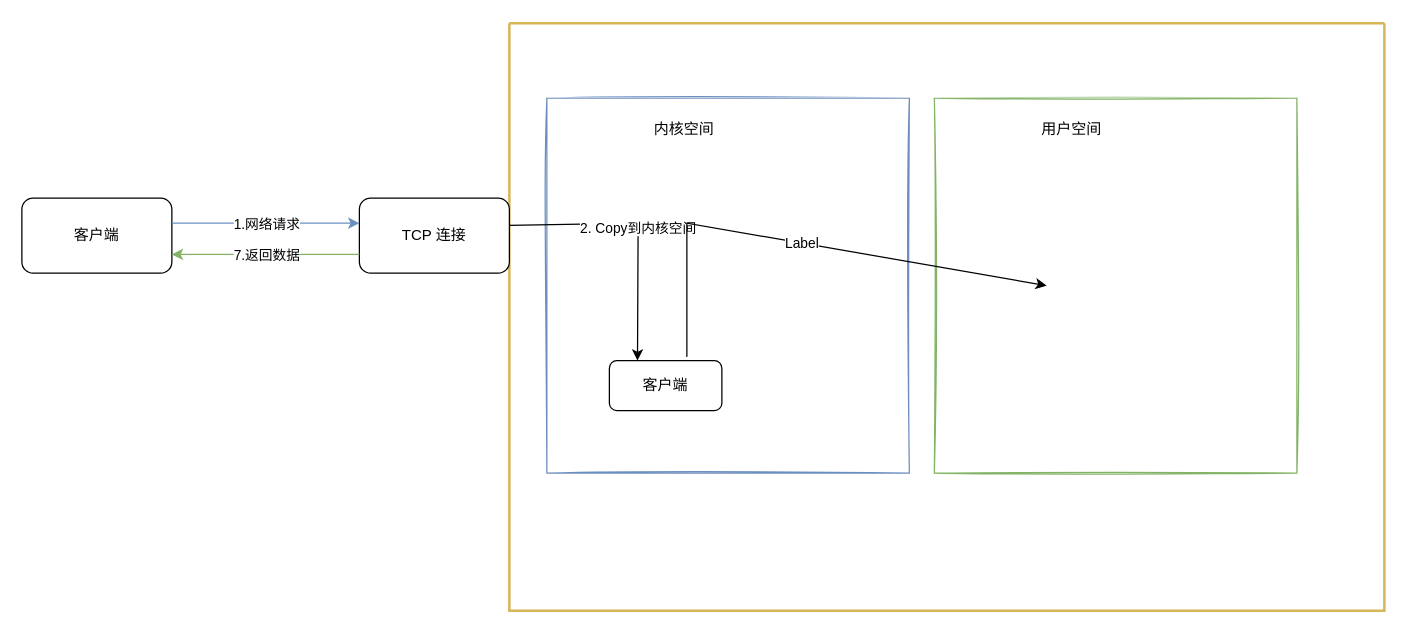
This is 未命名绘图.drawio from senmer/flow, a draw.io file, before an edit. Source tidied: cells renumbered, new cells numbered last; positions are measured from the earlier drawing's top-left corner, leaving out a move shared by most shapes. Both pictures are drawn from the tidied source at 125%, with x=0, y=0 at pixel (21, 22).
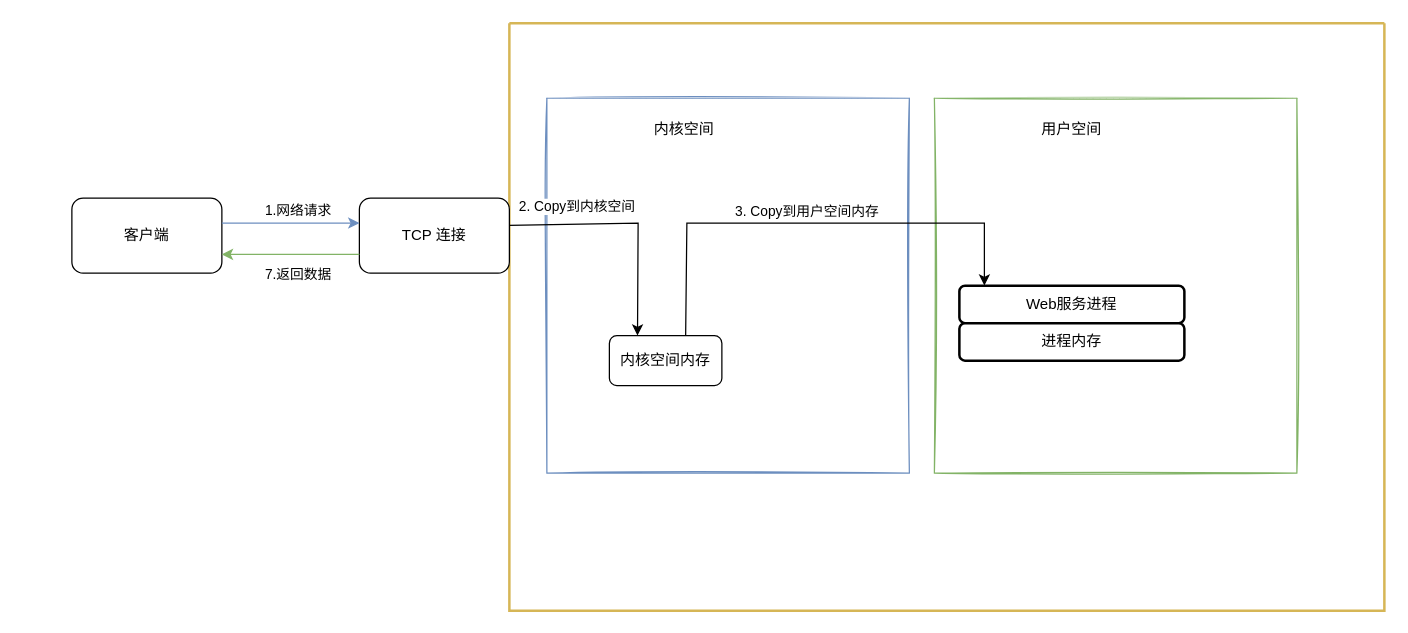
After the change.

Commit message:
更新未命名绘图.drawio

Unchanged cells that the change refers to:
```xml
<mxCell id="3" style="swimlane;startSize=0;sketch=0;swimlaneLine=0;glass=0;strokeWidth=2;perimeterSpacing=1;fillColor=#fff2cc;strokeColor=#d6b656;" parent="1" vertex="1">
  <mxGeometry x="390" width="700" height="470" as="geometry" />
</mxCell>
<mxCell id="4" style="swimlane;startSize=0;swimlaneLine=0;rounded=0;shadow=0;sketch=1;glass=1;fillColor=#dae8fc;strokeColor=#6c8ebf;" parent="3" vertex="1">
  <mxGeometry x="30" y="60" width="290" height="300" as="geometry" />
</mxCell>
<mxCell id="9" style="swimlane;startSize=0;swimlaneLine=0;rounded=0;shadow=0;sketch=1;glass=1;fillColor=#d5e8d4;strokeColor=#82b366;" parent="3" vertex="1">
  <mxGeometry x="340" y="60" width="290" height="300" as="geometry" />
</mxCell>
<mxCell id="13" value="TCP 连接" style="rounded=1;whiteSpace=wrap;html=1;" parent="1" vertex="1">
  <mxGeometry x="270" y="140" width="120" height="60" as="geometry" />
</mxCell>
<mxCell id="16" style="endArrow=classic;html=1;rounded=0;entryX=1;entryY=0.75;entryDx=0;entryDy=0;exitX=0;exitY=0.75;exitDx=0;exitDy=0;fillColor=#d5e8d4;strokeColor=#82b366;" parent="1" edge="1" source="13" target="2">
  <mxGeometry relative="1" as="geometry" />
</mxCell>
```

Diff of the diagram source:
```diff
@@
     <mxCell id="2" value="客户端" style="rounded=1;whiteSpace=wrap;html=1;" parent="1" vertex="1">
-      <mxGeometry y="140" width="120" height="60" as="geometry" />
+      <mxGeometry x="40" y="140" width="120" height="60" as="geometry" />
     </mxCell>
@@
-    <mxCell id="6" value="客户端" style="rounded=1;whiteSpace=wrap;html=1;" parent="4" vertex="1">
-      <mxGeometry x="50" y="210" width="90" height="40" as="geometry" />
-    </mxCell>
+    <mxCell id="18" value="内核空间内存" style="rounded=1;whiteSpace=wrap;html=1;" parent="4" vertex="1">
+      <mxGeometry x="50" y="190" width="90" height="40" as="geometry" />
+    </mxCell>
-    <mxCell id="7" style="endArrow=classic;html=1;rounded=0;exitX=0.001;exitY=0.345;exitDx=0;exitDy=0;exitPerimeter=0;entryX=0.25;entryY=0;entryDx=0;entryDy=0;" parent="3" edge="1" source="3" target="6">
+    <mxCell id="7" style="endArrow=classic;html=1;rounded=0;exitX=0.001;exitY=0.345;exitDx=0;exitDy=0;exitPerimeter=0;entryX=0.25;entryY=0;entryDx=0;entryDy=0;" parent="3" edge="1" source="3" target="18">
       <mxGeometry relative="1" as="geometry">
         <Array as="points">
           <mxPoint x="103" y="160" />
         </Array>
       </mxGeometry>
     </mxCell>
     <mxCell id="8" value="2. Copy到内核空间" style="edgeLabel;html=1;align=center;verticalAlign=middle;rounded=0;shadow=0;glass=0;sketch=0;strokeWidth=2;" parent="7" vertex="1">
-      <mxGeometry relative="1" as="geometry" />
+      <mxGeometry relative="1" as="geometry">
+        <mxPoint x="-43" y="-14" as="offset" />
+      </mxGeometry>
     </mxCell>
@@
+    <mxCell id="19" value="Web服务进程" style="rounded=1;whiteSpace=wrap;html=1;shadow=0;glass=0;sketch=0;strokeWidth=2;" parent="9" vertex="1">
+      <mxGeometry x="20" y="150" width="180" height="30" as="geometry" />
+    </mxCell>
+    <mxCell id="20" value="进程内存" style="rounded=1;whiteSpace=wrap;html=1;shadow=0;glass=0;sketch=0;strokeWidth=2;" parent="9" vertex="1">
+      <mxGeometry x="20" y="180" width="180" height="30" as="geometry" />
+    </mxCell>
-    <mxCell id="11" style="endArrow=classic;html=1;rounded=0;exitX=0.689;exitY=-0.075;exitDx=0;exitDy=0;exitPerimeter=0;entryX=0.31;entryY=0.5;entryDx=0;entryDy=0;entryPerimeter=0;" parent="3" edge="1" source="6" target="9">
+    <mxCell id="11" style="endArrow=classic;html=1;rounded=0;entryX=0.138;entryY=0.5;entryDx=0;entryDy=0;entryPerimeter=0;exitX=0.678;exitY=0;exitDx=0;exitDy=0;exitPerimeter=0;" parent="3" edge="1" source="18" target="9">
       <mxGeometry relative="1" as="geometry">
         <Array as="points">
           <mxPoint x="142" y="160" />
+          <mxPoint x="380" y="160" />
         </Array>
       </mxGeometry>
     </mxCell>
-    <mxCell id="12" value="Label" style="edgeLabel;html=1;align=center;verticalAlign=middle;rounded=0;shadow=0;glass=0;sketch=0;strokeWidth=2;" parent="11" vertex="1">
-      <mxGeometry relative="1" as="geometry" />
+    <mxCell id="12" value="3. Copy到用户空间内存" style="edgeLabel;html=1;align=center;verticalAlign=middle;rounded=0;shadow=0;glass=0;sketch=0;strokeWidth=2;" parent="11" vertex="1">
+      <mxGeometry relative="1" as="geometry">
+        <mxPoint x="-3" y="-10" as="offset" />
+      </mxGeometry>
     </mxCell>
@@
-    <mxCell id="14" style="endArrow=classic;html=1;rounded=0;fillColor=#dae8fc;strokeColor=#6c8ebf;" parent="1" edge="1">
-      <mxGeometry relative="1" as="geometry">
-        <mxPoint x="120" y="160" as="sourcePoint" />
-        <mxPoint x="270" y="160" as="targetPoint" />
-      </mxGeometry>
+    <mxCell id="14" style="endArrow=classic;html=1;rounded=0;fillColor=#dae8fc;strokeColor=#6c8ebf;entryX=0;entryY=0.333;entryDx=0;entryDy=0;entryPerimeter=0;exitX=1;exitY=0.333;exitDx=0;exitDy=0;exitPerimeter=0;" parent="1" edge="1" source="2" target="13">
+      <mxGeometry relative="1" as="geometry" />
     </mxCell>
     <mxCell id="15" value="1.网络请求" style="edgeLabel;html=1;align=center;verticalAlign=middle;" parent="14" vertex="1">
-      <mxGeometry relative="1" as="geometry" />
+      <mxGeometry relative="1" as="geometry">
+        <mxPoint x="5" y="-10" as="offset" />
+      </mxGeometry>
     </mxCell>
@@
     <mxCell id="17" value="7.返回数据" style="edgeLabel;html=1;align=center;verticalAlign=middle;" parent="16" vertex="1">
-      <mxGeometry relative="1" as="geometry" />
+      <mxGeometry relative="1" as="geometry">
+        <mxPoint x="5" y="15" as="offset" />
+      </mxGeometry>
     </mxCell>
```
